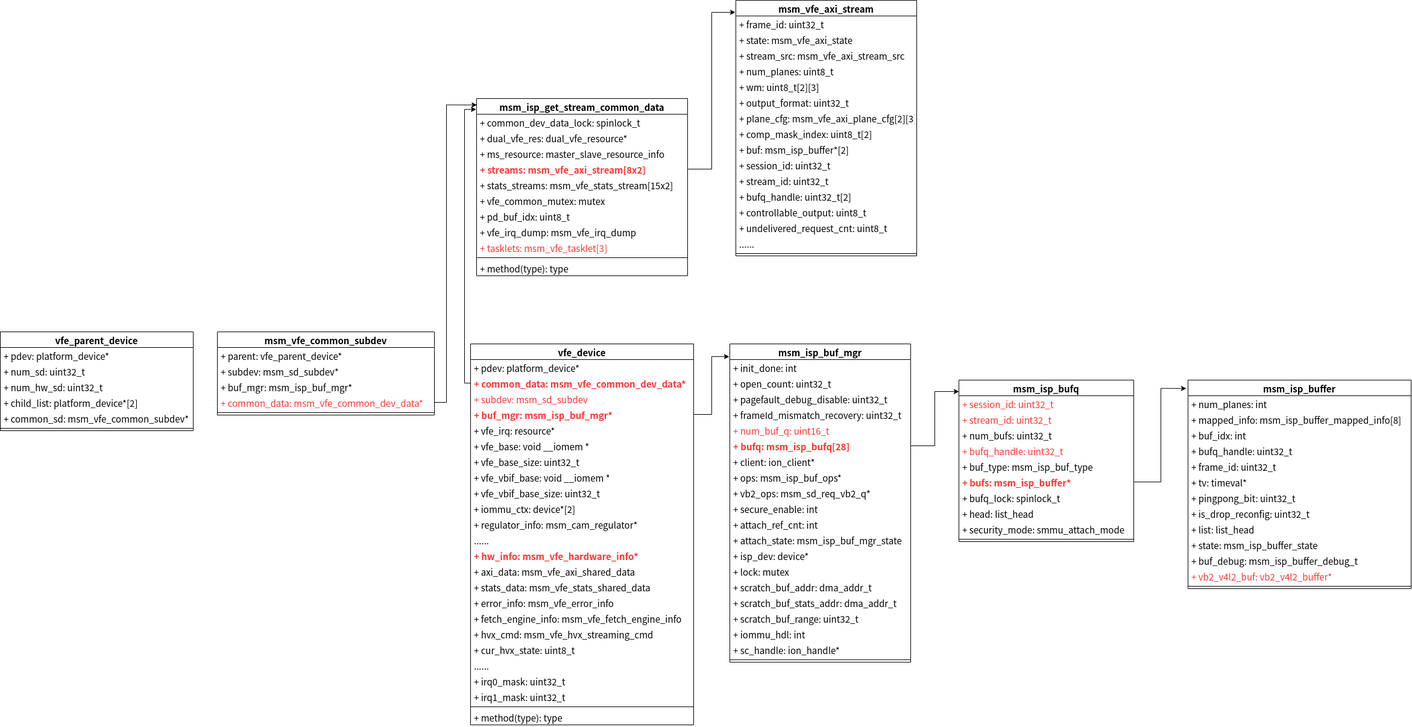
zhangmeizhen/test2 keeps this draw.io diagram as qcom v4l2 camera2 isp类图.png. Above is the earlier version. Source tidied: cells renumbered, new cells last; positions are measured from the earlier drawing's top-left corner, leaving out a move shared by most shapes.
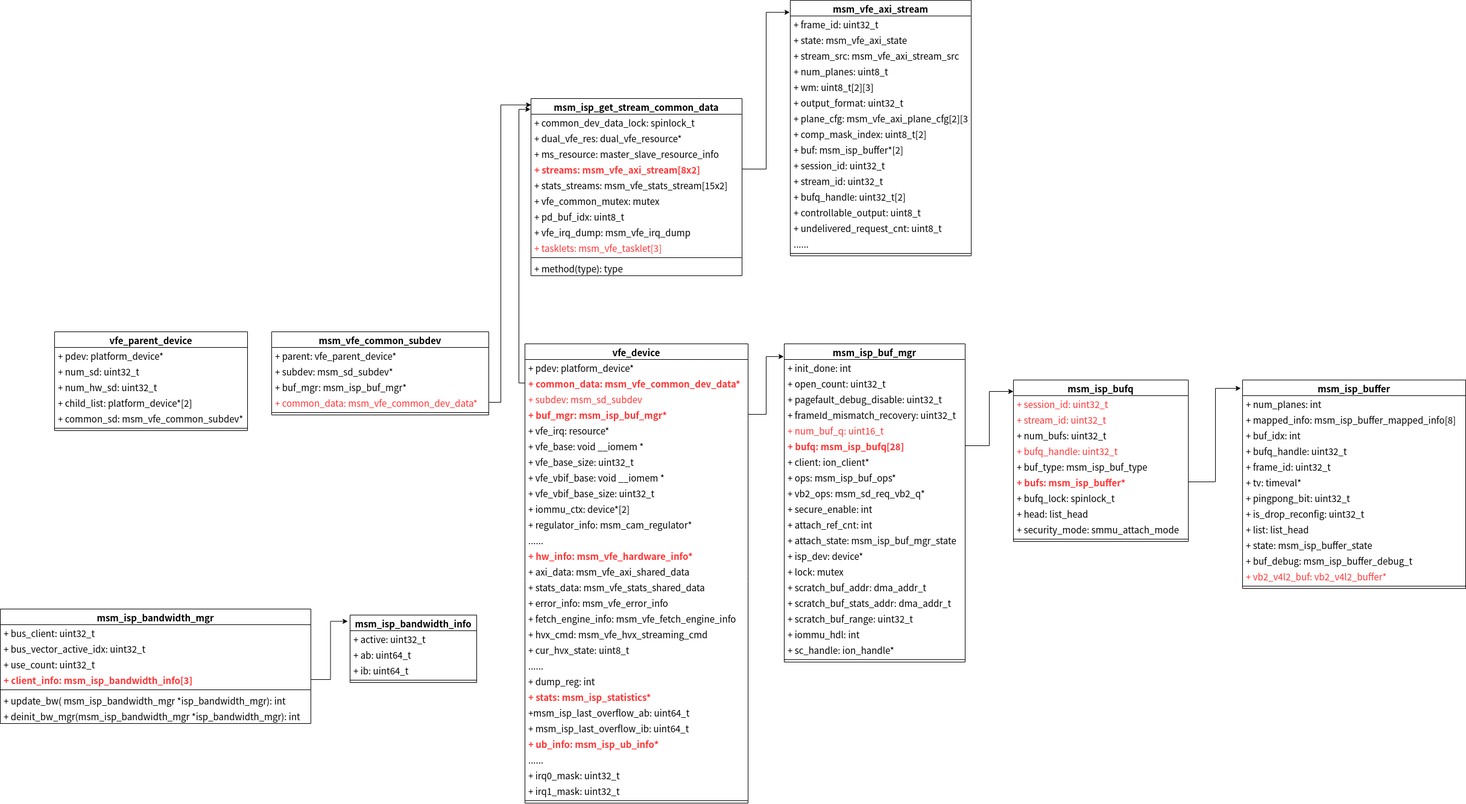
The same diagram one commit later.

Diff of the diagram source:
```diff
@@ -3,7 +3,7 @@
     <mxCell id="0" />
     <mxCell id="1" parent="0" />
     <mxCell id="2" value="vfe_device" style="swimlane;fontStyle=1;align=center;verticalAlign=top;horizontal=1;startSize=26;fontSize=15;" parent="1" vertex="1">
-      <mxGeometry x="780" y="570" width="370" height="632" as="geometry" />
+      <mxGeometry x="780" y="570" width="370" height="762" as="geometry" />
     </mxCell>
     <mxCell id="3" value="+ pdev: platform_device*" style="text;strokeColor=none;fillColor=none;align=left;verticalAlign=top;spacingLeft=4;spacingRight=4;overflow=hidden;fontSize=15;" parent="2" vertex="1">
       <mxGeometry y="26" width="370" height="26" as="geometry" />
@@ -65,18 +65,33 @@
     <mxCell id="22" value="......" style="text;strokeColor=none;fillColor=none;align=left;verticalAlign=top;spacingLeft=4;spacingRight=4;overflow=hidden;fontSize=15;" parent="2" vertex="1">
       <mxGeometry y="520" width="370" height="26" as="geometry" />
     </mxCell>
+    <mxCell id="121" value="+ dump_reg: int" style="text;strokeColor=none;fillColor=none;align=left;verticalAlign=top;spacingLeft=4;spacingRight=4;overflow=hidden;fontSize=15;" parent="2" vertex="1">
+      <mxGeometry y="546" width="370" height="26" as="geometry" />
+    </mxCell>
-    <mxCell id="23" value="+ irq0_mask: uint32_t" style="text;strokeColor=none;fillColor=none;align=left;verticalAlign=top;spacingLeft=4;spacingRight=4;overflow=hidden;fontSize=15;" parent="2" vertex="1">
-      <mxGeometry y="546" width="370" height="26" as="geometry" />
+    <mxCell id="23" value="+ stats: msm_isp_statistics*" style="text;strokeColor=none;fillColor=none;align=left;verticalAlign=top;spacingLeft=4;spacingRight=4;overflow=hidden;fontSize=15;fontStyle=1;fontColor=#FF3333;" parent="2" vertex="1">
+      <mxGeometry y="572" width="370" height="26" as="geometry" />
     </mxCell>
+    <mxCell id="122" value="+msm_isp_last_overflow_ab: uint64_t" style="text;strokeColor=none;fillColor=none;align=left;verticalAlign=top;spacingLeft=4;spacingRight=4;overflow=hidden;fontSize=15;" parent="2" vertex="1">
+      <mxGeometry y="598" width="370" height="26" as="geometry" />
+    </mxCell>
+    <mxCell id="123" value="+ msm_isp_last_overflow_ib: uint64_t" style="text;strokeColor=none;fillColor=none;align=left;verticalAlign=top;spacingLeft=4;spacingRight=4;overflow=hidden;fontSize=15;" parent="2" vertex="1">
+      <mxGeometry y="624" width="370" height="26" as="geometry" />
+    </mxCell>
+    <mxCell id="124" value="+ ub_info: msm_isp_ub_info*" style="text;strokeColor=none;fillColor=none;align=left;verticalAlign=top;spacingLeft=4;spacingRight=4;overflow=hidden;fontSize=15;fontColor=#FF3333;fontStyle=1;" parent="2" vertex="1">
+      <mxGeometry y="650" width="370" height="26" as="geometry" />
+    </mxCell>
+    <mxCell id="125" value="......" style="text;strokeColor=none;fillColor=none;align=left;verticalAlign=top;spacingLeft=4;spacingRight=4;overflow=hidden;fontSize=15;" parent="2" vertex="1">
+      <mxGeometry y="676" width="370" height="26" as="geometry" />
+    </mxCell>
+    <mxCell id="126" value="+ irq0_mask: uint32_t" style="text;strokeColor=none;fillColor=none;align=left;verticalAlign=top;spacingLeft=4;spacingRight=4;overflow=hidden;fontSize=15;" parent="2" vertex="1">
+      <mxGeometry y="702" width="370" height="26" as="geometry" />
+    </mxCell>
     <mxCell id="24" value="+ irq1_mask: uint32_t" style="text;strokeColor=none;fillColor=none;align=left;verticalAlign=top;spacingLeft=4;spacingRight=4;overflow=hidden;fontSize=15;" parent="2" vertex="1">
-      <mxGeometry y="572" width="370" height="26" as="geometry" />
+      <mxGeometry y="728" width="370" height="26" as="geometry" />
     </mxCell>
     <mxCell id="25" style="line;strokeWidth=1;fillColor=none;align=left;verticalAlign=middle;spacingTop=-1;spacingLeft=3;spacingRight=3;labelPosition=right;fontSize=15;" parent="2" vertex="1">
-      <mxGeometry y="598" width="370" height="8" as="geometry" />
+      <mxGeometry y="754" width="370" height="8" as="geometry" />
     </mxCell>
-    <mxCell id="26" value="+ method(type): type" style="text;strokeColor=none;fillColor=none;align=left;verticalAlign=top;spacingLeft=4;spacingRight=4;overflow=hidden;fontSize=15;" parent="2" vertex="1">
-      <mxGeometry y="606" width="370" height="26" as="geometry" />
-    </mxCell>
     <mxCell id="27" value="msm_isp_buf_mgr" style="swimlane;fontStyle=1;align=center;verticalAlign=top;horizontal=1;startSize=26;fontSize=15;" parent="1" vertex="1">
       <mxGeometry x="1210" y="570" width="300" height="528" as="geometry" />
     </mxCell>
@@ -369,5 +384,47 @@
         </Array>
       </mxGeometry>
     </mxCell>
+    <mxCell id="127" value="msm_isp_bandwidth_mgr" style="swimlane;fontStyle=1;align=center;verticalAlign=top;horizontal=1;startSize=26;fontSize=15;" parent="1" vertex="1">
+      <mxGeometry x="-90" y="1010" width="515" height="190" as="geometry" />
+    </mxCell>
+    <mxCell id="128" value="+ bus_client: uint32_t" style="text;strokeColor=none;fillColor=none;align=left;verticalAlign=top;spacingLeft=4;spacingRight=4;overflow=hidden;fontSize=15;" parent="127" vertex="1">
+      <mxGeometry y="26" width="515" height="26" as="geometry" />
+    </mxCell>
+    <mxCell id="129" value="+ bus_vector_active_idx: uint32_t" style="text;strokeColor=none;fillColor=none;align=left;verticalAlign=top;spacingLeft=4;spacingRight=4;overflow=hidden;fontSize=15;" parent="127" vertex="1">
+      <mxGeometry y="52" width="515" height="26" as="geometry" />
+    </mxCell>
+    <mxCell id="130" value="+ use_count: uint32_t" style="text;strokeColor=none;fillColor=none;align=left;verticalAlign=top;spacingLeft=4;spacingRight=4;overflow=hidden;fontSize=15;" parent="127" vertex="1">
+      <mxGeometry y="78" width="515" height="26" as="geometry" />
+    </mxCell>
+    <mxCell id="131" value="+ client_info: msm_isp_bandwidth_info[3]" style="text;strokeColor=none;fillColor=none;align=left;verticalAlign=top;spacingLeft=4;spacingRight=4;overflow=hidden;points=[[0,0.5],[1,0.5]];portConstraint=eastwest;fontSize=15;fontStyle=1;fontColor=#FF3333;" parent="127" vertex="1">
+      <mxGeometry y="104" width="515" height="26" as="geometry" />
+    </mxCell>
+    <mxCell id="132" style="line;strokeWidth=1;fillColor=none;align=left;verticalAlign=middle;spacingTop=-1;spacingLeft=3;spacingRight=3;labelPosition=right;fontSize=15;" parent="127" vertex="1">
+      <mxGeometry y="130" width="515" height="8" as="geometry" />
+    </mxCell>
+    <mxCell id="133" value="+ update_bw( msm_isp_bandwidth_mgr *isp_bandwidth_mgr): int" style="text;strokeColor=none;fillColor=none;align=left;verticalAlign=top;spacingLeft=4;spacingRight=4;overflow=hidden;fontSize=15;" parent="127" vertex="1">
+      <mxGeometry y="138" width="515" height="26" as="geometry" />
+    </mxCell>
+    <mxCell id="134" value="+ deinit_bw_mgr(msm_isp_bandwidth_mgr *isp_bandwidth_mgr): int" style="text;strokeColor=none;fillColor=none;align=left;verticalAlign=top;spacingLeft=4;spacingRight=4;overflow=hidden;fontSize=15;" parent="127" vertex="1">
+      <mxGeometry y="164" width="515" height="26" as="geometry" />
+    </mxCell>
+    <mxCell id="135" value="msm_isp_bandwidth_info" style="swimlane;fontStyle=1;align=center;verticalAlign=top;horizontal=1;startSize=26;fontSize=15;" parent="1" vertex="1">
+      <mxGeometry x="490" y="1020" width="210" height="112" as="geometry" />
+    </mxCell>
+    <mxCell id="136" value="+ active: uint32_t" style="text;strokeColor=none;fillColor=none;align=left;verticalAlign=top;spacingLeft=4;spacingRight=4;overflow=hidden;fontSize=15;" parent="135" vertex="1">
+      <mxGeometry y="26" width="210" height="26" as="geometry" />
+    </mxCell>
+    <mxCell id="137" value="+ ab: uint64_t" style="text;strokeColor=none;fillColor=none;align=left;verticalAlign=top;spacingLeft=4;spacingRight=4;overflow=hidden;fontSize=15;" parent="135" vertex="1">
+      <mxGeometry y="52" width="210" height="26" as="geometry" />
+    </mxCell>
+    <mxCell id="138" value="+ ib: uint64_t" style="text;strokeColor=none;fillColor=none;align=left;verticalAlign=top;spacingLeft=4;spacingRight=4;overflow=hidden;fontSize=15;" parent="135" vertex="1">
+      <mxGeometry y="78" width="210" height="26" as="geometry" />
+    </mxCell>
+    <mxCell id="139" style="line;strokeWidth=1;fillColor=none;align=left;verticalAlign=middle;spacingTop=-1;spacingLeft=3;spacingRight=3;labelPosition=right;fontSize=15;" parent="135" vertex="1">
+      <mxGeometry y="104" width="210" height="8" as="geometry" />
+    </mxCell>
+    <mxCell id="140" style="edgeStyle=orthogonalEdgeStyle;rounded=0;jettySize=auto;html=1;entryX=-0.018;entryY=0.093;entryDx=0;entryDy=0;entryPerimeter=0;fontSize=15;fontColor=#FF3333;" parent="1" edge="1" source="131" target="135">
+      <mxGeometry relative="1" as="geometry" />
+    </mxCell>
   </root>
 </mxGraphModel>
```
